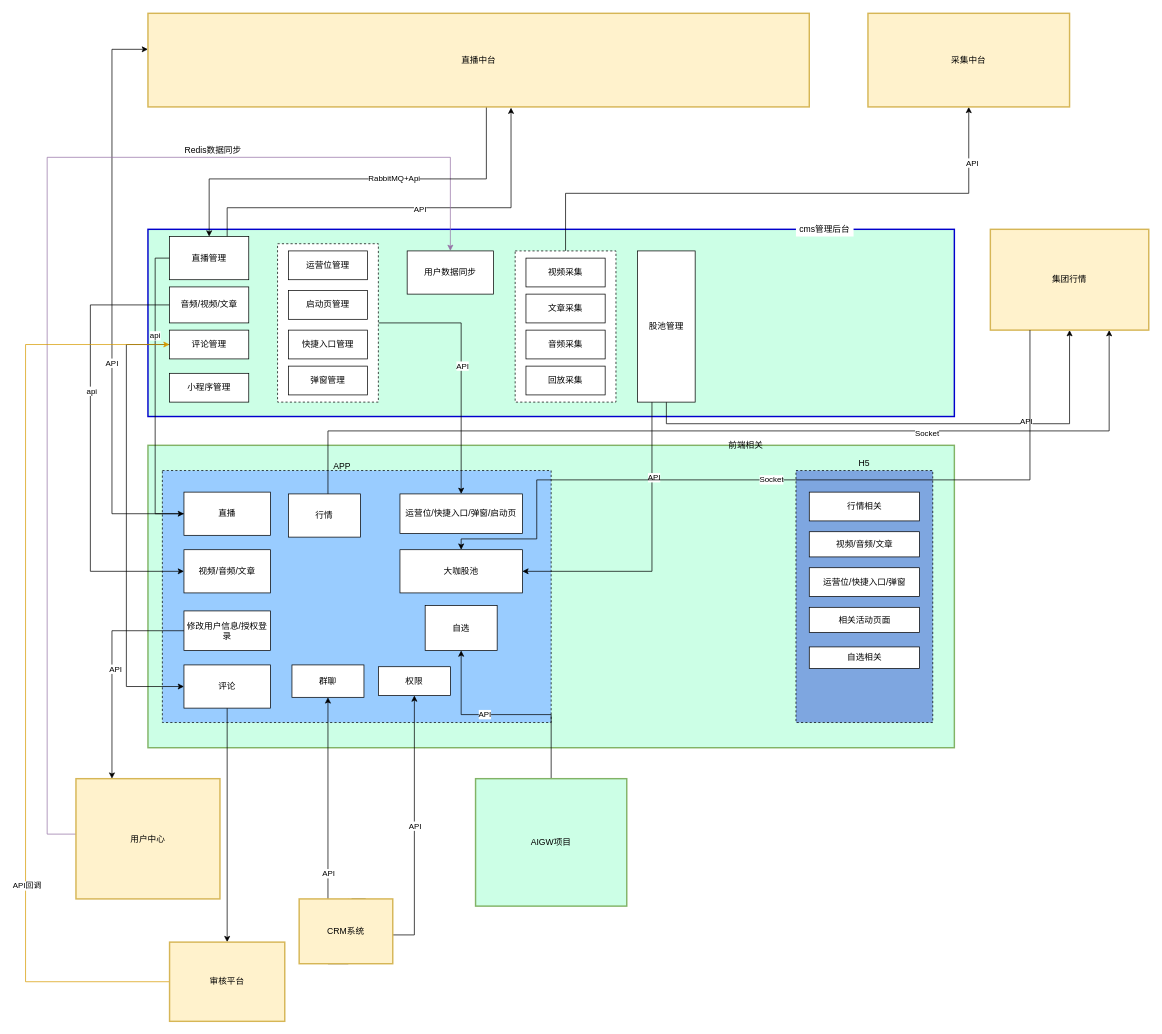
Before: Untitled Diagram.drawio in wjh756381193/learn, a draw.io diagram. Source tidied: cells renumbered, new cells numbered last; positions are measured from the earlier drawing's top-left corner, leaving out a move shared by most shapes. Both pictures are drawn from the tidied source at 72%, with x=0, y=0 at pixel (25, 13).
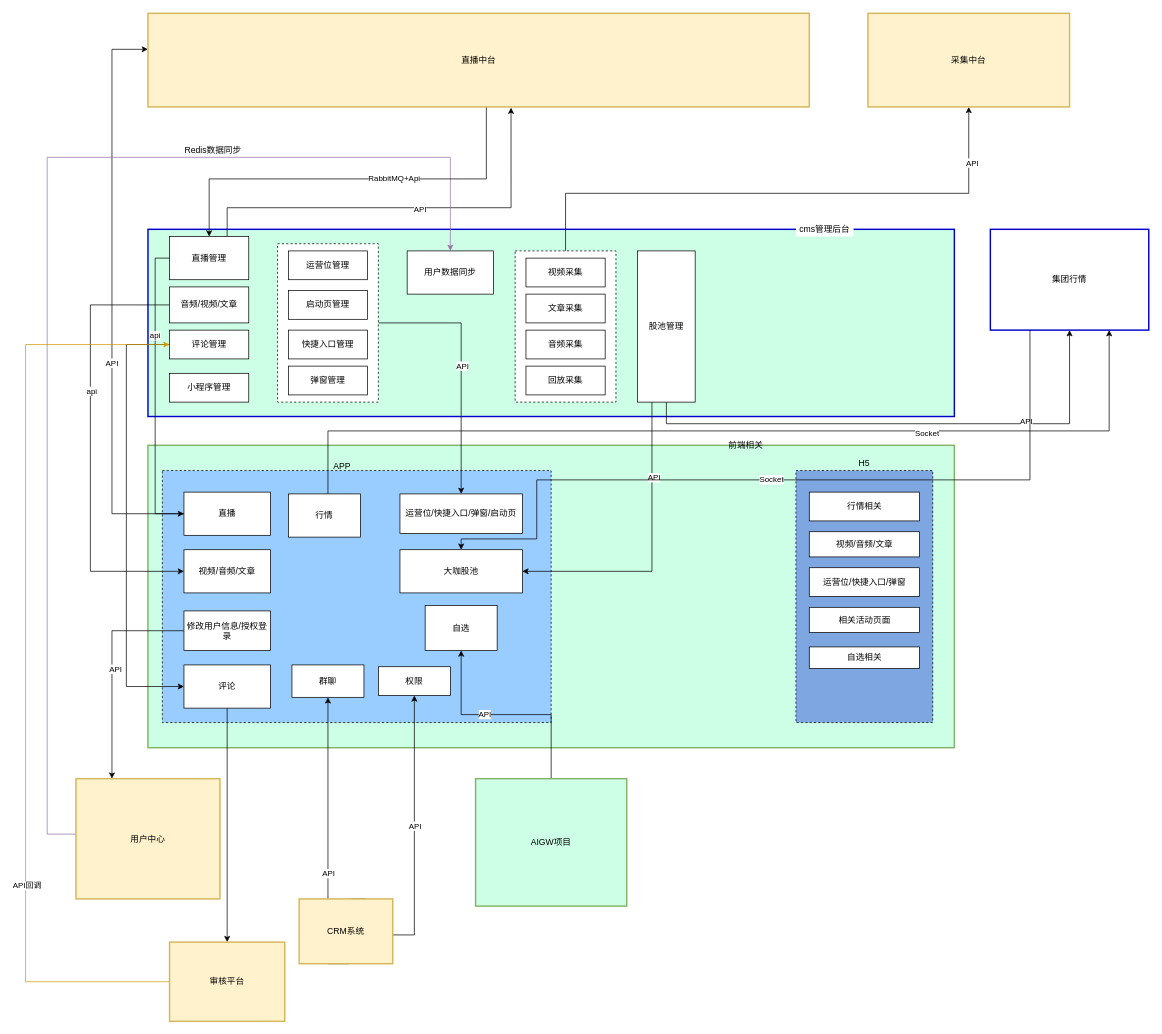
The same diagram, later.

Change to the diagram source:
```diff
@@
-    <mxCell id="73" value="集团行情" style="rounded=0;whiteSpace=wrap;html=1;strokeWidth=2;fillColor=#fff2cc;strokeColor=#d6b656;" parent="1" vertex="1">
+    <mxCell id="73" value="集团行情" style="rounded=0;whiteSpace=wrap;html=1;strokeWidth=2;fillColor=#ffffff;strokeColor=#0000CC;" parent="1" vertex="1">
       <mxGeometry x="1340" y="300" width="220" height="140" as="geometry" />
     </mxCell>
```
